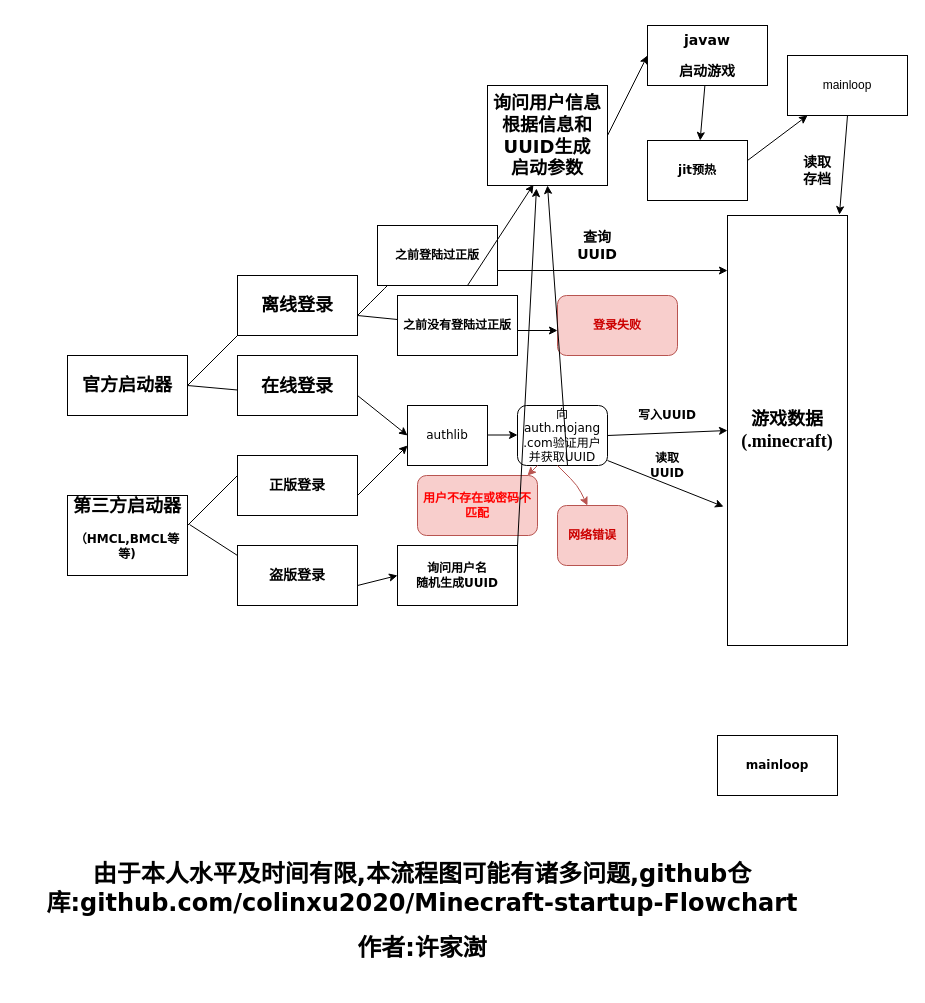
Before: minecraft java版启动过程.drawio in colinxu2020/Minecraft-startup-Flowchart, a draw.io diagram. Source tidied: cells renumbered, new cells numbered last; positions are measured from the earlier drawing's top-left corner, leaving out a move shared by most shapes. Both pictures are drawn from the tidied source at 100%, with x=0, y=0 at pixel (17, 25).
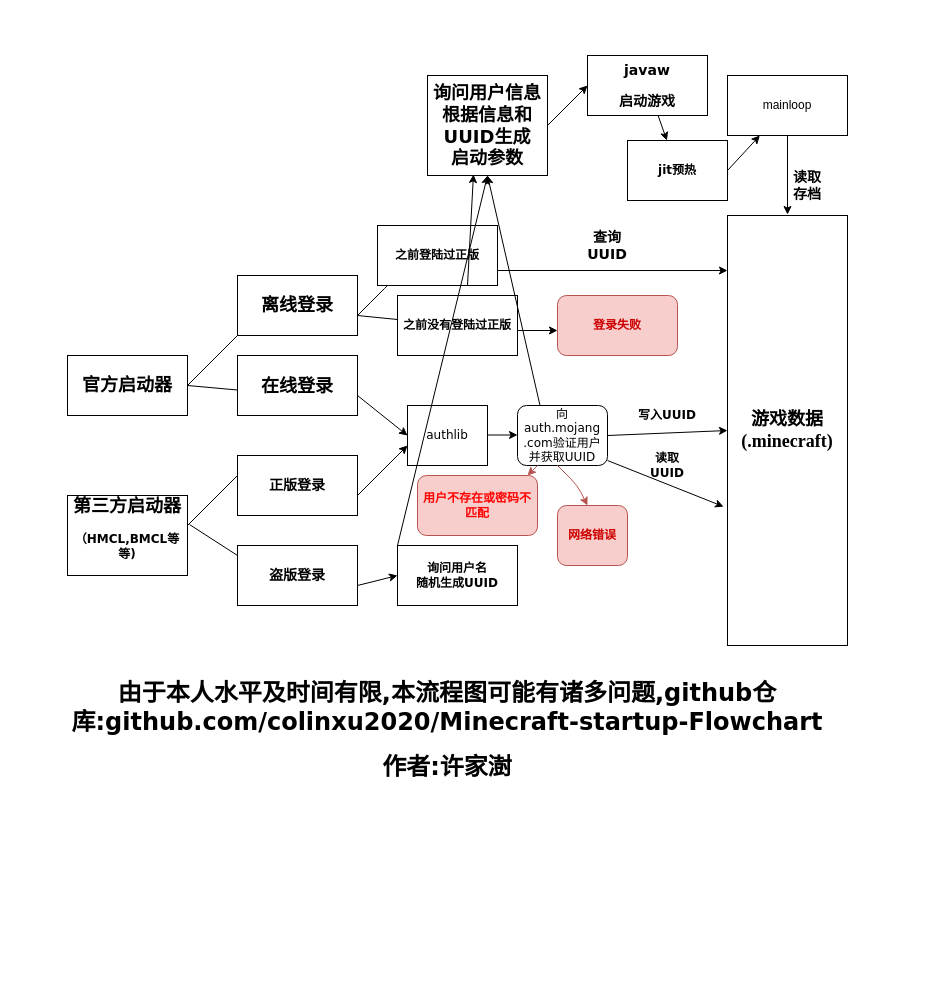
The same diagram, later.

Commit message:
更新minecraft java版启动过程.drawio

Unchanged cells that the change refers to:
```xml
<mxCell id="7" value="&lt;h2&gt;&lt;font face=&quot;Times New Roman&quot;&gt;游戏数据(.minecraft)&lt;/font&gt;&lt;/h2&gt;" style="rounded=0;whiteSpace=wrap;html=1;" parent="1" vertex="1">
  <mxGeometry x="710" y="190" width="120" height="430" as="geometry" />
</mxCell>
<mxCell id="21" value="&lt;h4&gt;询问用户名&lt;br&gt;随机生成UUID&lt;/h4&gt;" style="rounded=0;whiteSpace=wrap;html=1;fontFamily=Verdana;" parent="1" vertex="1">
  <mxGeometry x="380" y="520" width="120" height="60" as="geometry" />
</mxCell>
<mxCell id="27" value="向auth.mojang&lt;br&gt;.com验证用户并获取UUID" style="rounded=1;whiteSpace=wrap;html=1;fontFamily=Verdana;" parent="1" vertex="1">
  <mxGeometry x="500" y="380" width="90" height="60" as="geometry" />
</mxCell>
```

Diff of the diagram source:
```diff
@@
     <mxCell id="9" value="&lt;h3&gt;查询UUID&lt;/h3&gt;" style="text;html=1;strokeColor=none;fillColor=none;align=center;verticalAlign=middle;whiteSpace=wrap;rounded=0;fontFamily=Verdana;" parent="1" vertex="1">
-      <mxGeometry x="560" y="210" width="40" height="20" as="geometry" />
+      <mxGeometry x="570" y="210" width="40" height="20" as="geometry" />
     </mxCell>
@@
     <mxCell id="36" value="&lt;h2&gt;&lt;font color=&quot;#000000&quot;&gt;询问用户信息&lt;br&gt;&lt;/font&gt;&lt;font color=&quot;#000000&quot;&gt;根据信息和UUID生成&lt;br&gt;&lt;/font&gt;&lt;font color=&quot;#000000&quot;&gt;启动参数&lt;/font&gt;&lt;/h2&gt;" style="rounded=0;whiteSpace=wrap;html=1;fontFamily=Verdana;fontColor=#FF0000;" parent="1" vertex="1">
-      <mxGeometry x="470" y="60" width="120" height="100" as="geometry" />
+      <mxGeometry x="410" y="50" width="120" height="100" as="geometry" />
     </mxCell>
-    <mxCell id="37" style="endArrow=classic;html=1;labelBackgroundColor=#FF6666;fontFamily=Verdana;fontColor=#FF0000;entryX=0.5;entryY=1;entryDx=0;entryDy=0;" parent="1" edge="1" target="36">
-      <mxGeometry relative="1" as="geometry">
-        <mxPoint x="550" y="440" as="sourcePoint" />
-      </mxGeometry>
+    <mxCell id="37" style="endArrow=classic;html=1;labelBackgroundColor=#FF6666;fontFamily=Verdana;fontColor=#FF0000;entryX=0.5;entryY=1;entryDx=0;entryDy=0;exitX=0.25;exitY=0;exitDx=0;exitDy=0;" parent="1" edge="1" source="27" target="36">
+      <mxGeometry relative="1" as="geometry" />
     </mxCell>
@@
-    <mxCell id="39" style="endArrow=classic;html=1;labelBackgroundColor=#FF6666;fontFamily=Verdana;fontColor=#FF0000;exitX=1;exitY=0;exitDx=0;exitDy=0;entryX=0.408;entryY=1.03;entryDx=0;entryDy=0;entryPerimeter=0;" parent="1" edge="1" source="21" target="36">
+    <mxCell id="39" style="endArrow=classic;html=1;labelBackgroundColor=#FF6666;fontFamily=Verdana;fontColor=#FF0000;exitX=0;exitY=0;exitDx=0;exitDy=0;entryX=0.5;entryY=1;entryDx=0;entryDy=0;" parent="1" edge="1" source="21" target="36">
       <mxGeometry relative="1" as="geometry" />
     </mxCell>
@@
     <mxCell id="41" value="&lt;h3&gt;&lt;font color=&quot;#000000&quot;&gt;javaw&lt;/font&gt;&lt;/h3&gt;&lt;h3&gt;&lt;font color=&quot;#000000&quot;&gt;启动游戏&lt;/font&gt;&lt;/h3&gt;" style="rounded=0;whiteSpace=wrap;html=1;fontFamily=Verdana;fontColor=#FF0000;" parent="1" vertex="1">
-      <mxGeometry x="630" width="120" height="60" as="geometry" />
+      <mxGeometry x="570" y="30" width="120" height="60" as="geometry" />
     </mxCell>
-    <mxCell id="42" style="endArrow=classic;html=1;labelBackgroundColor=#FF6666;fontFamily=Verdana;fontColor=#FF0000;entryX=0;entryY=0.5;entryDx=0;entryDy=0;" parent="1" edge="1" target="41">
-      <mxGeometry relative="1" as="geometry">
-        <mxPoint x="590" y="110" as="sourcePoint" />
-      </mxGeometry>
+    <mxCell id="42" style="endArrow=classic;html=1;labelBackgroundColor=#FF6666;fontFamily=Verdana;fontColor=#FF0000;entryX=0;entryY=0.5;entryDx=0;entryDy=0;exitX=1;exitY=0.5;exitDx=0;exitDy=0;" parent="1" edge="1" source="36" target="41">
+      <mxGeometry relative="1" as="geometry" />
     </mxCell>
-    <mxCell id="43" value="&lt;h4&gt;&lt;font color=&quot;#000000&quot;&gt;mainloop&lt;/font&gt;&lt;/h4&gt;" style="rounded=0;whiteSpace=wrap;html=1;fontFamily=Verdana;fontColor=#FF0000;" parent="1" vertex="1">
-      <mxGeometry x="700" y="710" width="120" height="60" as="geometry" />
-    </mxCell>
-    <mxCell id="44" style="endArrow=classic;html=1;labelBackgroundColor=#FF6666;fontFamily=Verdana;fontColor=#FF0000;exitX=0.442;exitY=-0.017;exitDx=0;exitDy=0;exitPerimeter=0;" parent="1" edge="1" target="49">
-      <mxGeometry relative="1" as="geometry">
-        <mxPoint x="730" y="135" as="sourcePoint" />
-      </mxGeometry>
+    <mxCell id="44" style="endArrow=classic;html=1;labelBackgroundColor=#FF6666;fontFamily=Verdana;fontColor=#FF0000;exitX=1;exitY=0.5;exitDx=0;exitDy=0;" parent="1" edge="1" source="47" target="49">
+      <mxGeometry relative="1" as="geometry" />
     </mxCell>
     <mxCell id="45" value="&lt;h3&gt;读取存档&lt;/h3&gt;" style="text;html=1;strokeColor=none;fillColor=none;align=center;verticalAlign=middle;whiteSpace=wrap;rounded=0;fontFamily=Verdana;" parent="1" vertex="1">
-      <mxGeometry x="780" y="135" width="40" height="20" as="geometry" />
+      <mxGeometry x="770" y="150" width="40" height="20" as="geometry" />
     </mxCell>
     <mxCell id="46" value="&lt;h1&gt;由于本人水平及时间有限,本流程图可能有诸多问题,github仓库:github.com/colinxu2020/Minecraft-startup-Flowchart&lt;/h1&gt;&lt;h1&gt;作者:许家澍&lt;/h1&gt;" style="text;html=1;strokeColor=none;fillColor=none;align=center;verticalAlign=middle;whiteSpace=wrap;rounded=0;fontFamily=Verdana;fontColor=#000000;" parent="1" vertex="1">
-      <mxGeometry y="811" width="810" height="150" as="geometry" />
+      <mxGeometry x="25" y="630" width="810" height="150" as="geometry" />
     </mxCell>
     <mxCell id="47" value="&lt;h4&gt;jit预热&lt;/h4&gt;" style="rounded=0;whiteSpace=wrap;html=1;fontFamily=Verdana;fontColor=#000000;" parent="1" vertex="1">
-      <mxGeometry x="630" y="115" width="100" height="60" as="geometry" />
+      <mxGeometry x="610" y="115" width="100" height="60" as="geometry" />
     </mxCell>
-    <mxCell id="48" style="endArrow=classic;html=1;labelBackgroundColor=#FF6666;fontFamily=Verdana;fontColor=#000000;entryX=0.933;entryY=-0.002;entryDx=0;entryDy=0;entryPerimeter=0;exitX=0.5;exitY=1;exitDx=0;exitDy=0;" parent="1" edge="1" source="49" target="7">
-      <mxGeometry relative="1" as="geometry" />
+    <mxCell id="48" style="endArrow=classic;html=1;labelBackgroundColor=#FF6666;fontFamily=Verdana;fontColor=#000000;exitX=0.5;exitY=1;exitDx=0;exitDy=0;" parent="1" edge="1" source="49">
+      <mxGeometry relative="1" as="geometry">
+        <mxPoint x="770" y="189" as="targetPoint" />
+        <Array as="points">
+          <mxPoint x="770" y="189" />
+        </Array>
+      </mxGeometry>
     </mxCell>
     <mxCell id="49" value="mainloop" style="rounded=0;whiteSpace=wrap;html=1;" parent="1" vertex="1">
-      <mxGeometry x="770" y="30" width="120" height="60" as="geometry" />
+      <mxGeometry x="710" y="50" width="120" height="60" as="geometry" />
     </mxCell>
```
